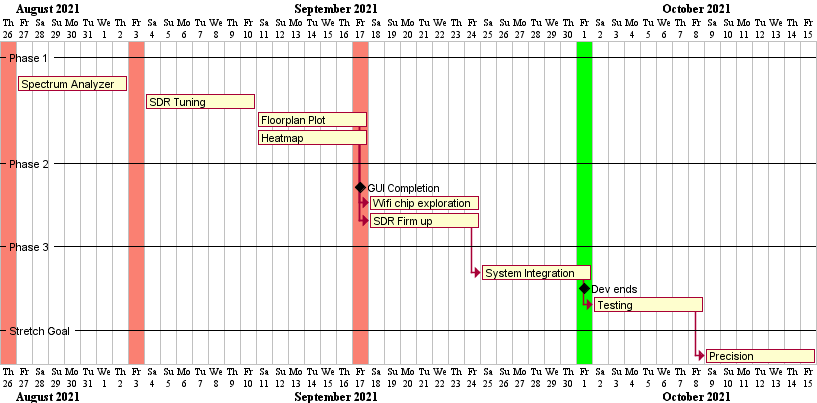
Before: docs/schedule.png, a diagram exported from PlantUML (huats-club/citrus).
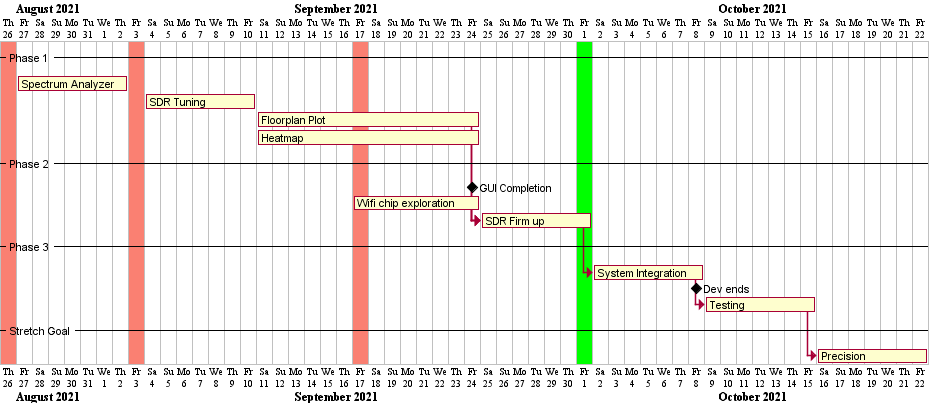
Above is the later version.

Change to the diagram source:
```diff
@@ -11,22 +11,22 @@
 [SDR Tuning] lasts 7 days
 
 [Floorplan Plot] starts 2021-09-11
-[Floorplan Plot] lasts 7 days
+[Floorplan Plot] lasts 14 days
 
 [Heatmap] starts 2021-09-11
-[Heatmap] lasts 7 days
+[Heatmap] lasts 14 days
 
 -- Phase 2 --
 
 [GUI Completion] happens at [Floorplan Plot]'s end
 [GUI Completion] happens at [Heatmap]'s end
 
-[Wifi chip exploration] starts at [Floorplan Plot]'s end
-[Wifi chip exploration] starts at [Heatmap]'s end
-[Wifi chip exploration] lasts 7 days
+[Wifi chip exploration] starts 2021-09-17
+[Wifi chip exploration] lasts 8 days
 
 [SDR Firm up] starts at [Floorplan Plot]'s end
 [SDR Firm up] starts at [Heatmap]'s end
+[SDR Firm up] starts at [Wifi chip exploration]'s end
 [SDR Firm up] lasts 7 days
 
 -- Phase 3 --
```
